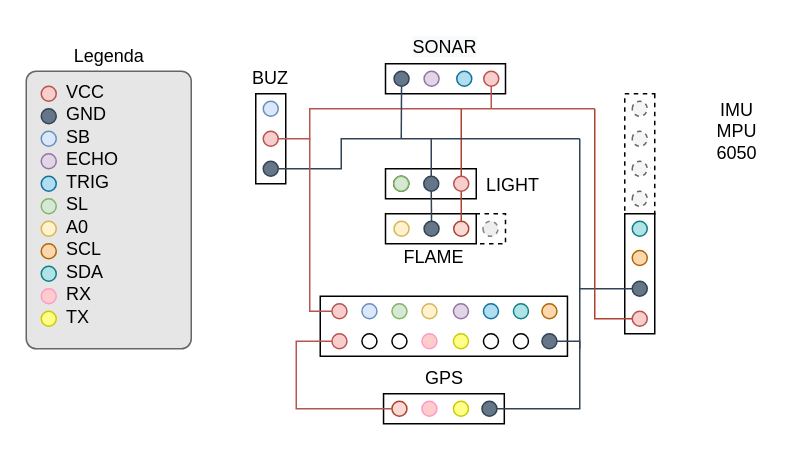
Above: page "Pagina-2" (2 of 2) of documentation/arch.drawio in GGZ8/car_accident_detection (draw.io), before the change. Source tidied: cells renumbered, new cells numbered last; positions are measured from the earlier drawing's top-left corner, leaving out a move shared by most shapes. Both pictures are drawn from the tidied source at 150%, with x=0, y=0 at pixel (26, 26).
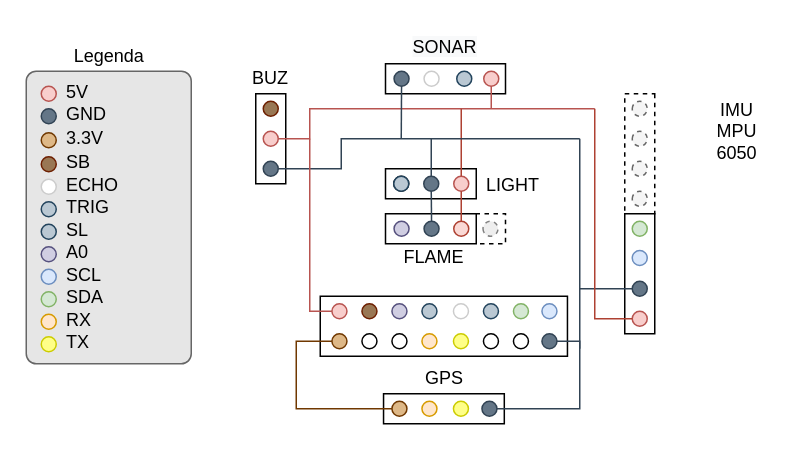
The same diagram, later.

What changed in the source:
```diff
@@
     <mxCell id="3" value="&lt;br&gt;" style="rounded=1;whiteSpace=wrap;html=1;arcSize=6;fillColor=#E6E6E6;strokeColor=#666666;" parent="1" vertex="1">
-      <mxGeometry y="30" width="110" height="185" as="geometry" />
+      <mxGeometry y="30" width="110" height="195" as="geometry" />
     </mxCell>
@@
-    <mxCell id="21" style="ellipse;whiteSpace=wrap;html=1;rounded=1;fillColor=#e1d5e7;strokeColor=#9673a6;" parent="1" vertex="1">
+    <mxCell id="21" style="ellipse;whiteSpace=wrap;html=1;rounded=1;strokeColor=#CCCCCC;" parent="1" vertex="1">
       <mxGeometry x="265.2" y="30" width="10" height="10" as="geometry" />
     </mxCell>
-    <mxCell id="22" style="ellipse;whiteSpace=wrap;html=1;rounded=1;fillColor=#b1ddf0;strokeColor=#10739e;" parent="1" vertex="1">
+    <mxCell id="22" style="ellipse;whiteSpace=wrap;html=1;rounded=1;fillColor=#bac8d3;strokeColor=#23445d;" parent="1" vertex="1">
       <mxGeometry x="287" y="30" width="10" height="10" as="geometry" />
     </mxCell>
@@
-    <mxCell id="25" style="ellipse;whiteSpace=wrap;html=1;rounded=1;direction=west;fillColor=#dae8fc;strokeColor=#6c8ebf;" parent="1" vertex="1">
-      <mxGeometry x="158" y="50" width="10" height="10" as="geometry" />
-    </mxCell>
@@
-    <mxCell id="32" style="ellipse;whiteSpace=wrap;html=1;rounded=1;flipH=1;fillColor=#fff2cc;strokeColor=#d6b656;" parent="1" vertex="1">
+    <mxCell id="32" style="ellipse;whiteSpace=wrap;html=1;rounded=1;flipH=1;fillColor=#d0cee2;strokeColor=#56517e;" parent="1" vertex="1">
       <mxGeometry x="245.2" y="130" width="10" height="10" as="geometry" />
     </mxCell>
@@
-    <mxCell id="39" style="ellipse;whiteSpace=wrap;html=1;rounded=1;flipH=1;fillColor=#fad9d5;strokeColor=#ae4132;" parent="1" vertex="1">
-      <mxGeometry x="243.8" y="250" width="10" height="10" as="geometry" />
-    </mxCell>
@@
-    <mxCell id="45" style="ellipse;whiteSpace=wrap;html=1;rounded=1;flipH=1;fillColor=#d5e8d4;strokeColor=#82b366;" parent="1" vertex="1">
+    <mxCell id="45" style="ellipse;whiteSpace=wrap;html=1;rounded=1;flipH=1;fillColor=#bac8d3;strokeColor=#23445d;" parent="1" vertex="1">
       <mxGeometry x="245" y="100" width="10" height="10" as="geometry" />
     </mxCell>
-    <mxCell id="46" style="ellipse;whiteSpace=wrap;html=1;rounded=1;flipH=1;fillColor=#dae8fc;strokeColor=#6c8ebf;" parent="1" vertex="1">
-      <mxGeometry x="223.8" y="185" width="10" height="10" as="geometry" />
-    </mxCell>
-    <mxCell id="47" style="ellipse;whiteSpace=wrap;html=1;rounded=1;flipH=1;fillColor=#fff2cc;strokeColor=#d6b656;" parent="1" vertex="1">
+    <mxCell id="47" style="ellipse;whiteSpace=wrap;html=1;rounded=1;flipH=1;fillColor=#bac8d3;strokeColor=#23445d;" parent="1" vertex="1">
       <mxGeometry x="263.8" y="185" width="10" height="10" as="geometry" />
     </mxCell>
-    <mxCell id="48" style="ellipse;whiteSpace=wrap;html=1;rounded=1;flipH=1;fillColor=#e1d5e7;strokeColor=#9673a6;" parent="1" vertex="1">
+    <mxCell id="48" style="ellipse;whiteSpace=wrap;html=1;rounded=1;flipH=1;strokeColor=#CCCCCC;" parent="1" vertex="1">
       <mxGeometry x="284.8" y="185" width="10" height="10" as="geometry" />
     </mxCell>
@@
-    <mxCell id="50" style="ellipse;whiteSpace=wrap;html=1;rounded=1;flipH=1;fillColor=#fad7ac;strokeColor=#b46504;" parent="1" vertex="1">
+    <mxCell id="50" style="ellipse;whiteSpace=wrap;html=1;rounded=1;flipH=1;fillColor=#dae8fc;strokeColor=#6c8ebf;" parent="1" vertex="1">
       <mxGeometry x="343.8" y="185" width="10" height="10" as="geometry" />
     </mxCell>
-    <mxCell id="51" style="ellipse;whiteSpace=wrap;html=1;rounded=1;flipH=1;fillColor=#b0e3e6;strokeColor=#0e8088;" parent="1" vertex="1">
+    <mxCell id="51" style="ellipse;whiteSpace=wrap;html=1;rounded=1;flipH=1;fillColor=#d5e8d4;strokeColor=#82b366;" parent="1" vertex="1">
       <mxGeometry x="324.8" y="185" width="10" height="10" as="geometry" />
     </mxCell>
@@
-    <mxCell id="53" style="ellipse;whiteSpace=wrap;html=1;rounded=1;flipH=1;fillColor=#b1ddf0;strokeColor=#10739e;" parent="1" vertex="1">
+    <mxCell id="53" style="ellipse;whiteSpace=wrap;html=1;rounded=1;flipH=1;fillColor=#bac8d3;strokeColor=#23445d;" parent="1" vertex="1">
       <mxGeometry x="304.8" y="185" width="10" height="10" as="geometry" />
     </mxCell>
@@
-    <mxCell id="55" style="ellipse;whiteSpace=wrap;html=1;rounded=1;flipH=1;fillColor=#d5e8d4;strokeColor=#82b366;" parent="1" vertex="1">
+    <mxCell id="55" style="ellipse;whiteSpace=wrap;html=1;rounded=1;flipH=1;fillColor=#d0cee2;strokeColor=#56517e;" parent="1" vertex="1">
       <mxGeometry x="243.8" y="185" width="10" height="10" as="geometry" />
     </mxCell>
-    <mxCell id="56" style="ellipse;whiteSpace=wrap;html=1;rounded=1;flipH=1;fillColor=#ffcccc;strokeColor=#FF99CC;" parent="1" vertex="1">
+    <mxCell id="56" style="ellipse;whiteSpace=wrap;html=1;rounded=1;flipH=1;fillColor=#ffe6cc;strokeColor=#d79b00;" parent="1" vertex="1">
       <mxGeometry x="263.8" y="205" width="10" height="10" as="geometry" />
     </mxCell>
-    <mxCell id="57" style="ellipse;whiteSpace=wrap;html=1;rounded=1;flipH=1;fillColor=#f8cecc;strokeColor=#b85450;" parent="1" vertex="1">
+    <mxCell id="57" style="ellipse;whiteSpace=wrap;html=1;rounded=1;flipH=1;strokeColor=#703800;fillColor=#DEB887;" parent="1" vertex="1">
       <mxGeometry x="203.8" y="205" width="10" height="10" as="geometry" />
     </mxCell>
@@
-    <mxCell id="61" style="endArrow=none;html=1;entryX=0;entryY=0.5;entryDx=0;entryDy=0;exitX=0;exitY=0.5;exitDx=0;exitDy=0;rounded=0;fillColor=#f8cecc;strokeColor=#b85450;" parent="1" edge="1" source="39" target="57">
+    <mxCell id="61" style="endArrow=none;html=1;entryX=0;entryY=0.5;entryDx=0;entryDy=0;exitX=0;exitY=0.5;exitDx=0;exitDy=0;rounded=0;fillColor=#f8cecc;strokeColor=#703800;" parent="1" edge="1" target="57">
       <mxGeometry relative="1" as="geometry">
+        <mxPoint x="243.8" y="255" as="sourcePoint" />
         <Array as="points">
           <mxPoint x="180" y="255" />
           <mxPoint x="180" y="210" />
         </Array>
       </mxGeometry>
     </mxCell>
@@
-    <mxCell id="65" style="ellipse;whiteSpace=wrap;html=1;rounded=1;flipH=1;fillColor=#ffcccc;strokeColor=#FF99CC;" parent="1" vertex="1">
+    <mxCell id="65" style="ellipse;whiteSpace=wrap;html=1;rounded=1;flipH=1;fillColor=#ffe6cc;strokeColor=#d79b00;" parent="1" vertex="1">
       <mxGeometry x="263.8" y="250" width="10" height="10" as="geometry" />
     </mxCell>
@@
-    <mxCell id="67" style="ellipse;whiteSpace=wrap;html=1;rounded=1;direction=west;fillColor=#dae8fc;strokeColor=#6c8ebf;" parent="1" vertex="1">
-      <mxGeometry x="10" y="70" width="10" height="10" as="geometry" />
+    <mxCell id="67" style="ellipse;whiteSpace=wrap;html=1;rounded=1;direction=west;strokeColor=#6D1F00;fontColor=#ffffff;fillColor=#997754;" parent="1" vertex="1">
+      <mxGeometry x="10" y="87" width="10" height="10" as="geometry" />
     </mxCell>
-    <mxCell id="68" style="ellipse;whiteSpace=wrap;html=1;rounded=1;fillColor=#e1d5e7;strokeColor=#9673a6;" parent="1" vertex="1">
-      <mxGeometry x="10" y="85" width="10" height="10" as="geometry" />
+    <mxCell id="68" style="ellipse;whiteSpace=wrap;html=1;rounded=1;strokeColor=#CCCCCC;" parent="1" vertex="1">
+      <mxGeometry x="10" y="102" width="10" height="10" as="geometry" />
     </mxCell>
-    <mxCell id="69" style="ellipse;whiteSpace=wrap;html=1;rounded=1;fillColor=#b1ddf0;strokeColor=#10739e;" parent="1" vertex="1">
-      <mxGeometry x="10" y="100" width="10" height="10" as="geometry" />
+    <mxCell id="69" style="ellipse;whiteSpace=wrap;html=1;rounded=1;fillColor=#bac8d3;strokeColor=#23445d;" parent="1" vertex="1">
+      <mxGeometry x="10" y="117" width="10" height="10" as="geometry" />
     </mxCell>
-    <mxCell id="70" style="ellipse;whiteSpace=wrap;html=1;rounded=1;flipH=1;fillColor=#fff2cc;strokeColor=#d6b656;" parent="1" vertex="1">
-      <mxGeometry x="10" y="130" width="10" height="10" as="geometry" />
+    <mxCell id="70" style="ellipse;whiteSpace=wrap;html=1;rounded=1;flipH=1;fillColor=#d0cee2;strokeColor=#56517e;" parent="1" vertex="1">
+      <mxGeometry x="10" y="147" width="10" height="10" as="geometry" />
     </mxCell>
-    <mxCell id="71" style="ellipse;whiteSpace=wrap;html=1;rounded=1;flipH=1;fillColor=#d5e8d4;strokeColor=#82b366;" parent="1" vertex="1">
-      <mxGeometry x="10" y="115" width="10" height="10" as="geometry" />
+    <mxCell id="71" style="ellipse;whiteSpace=wrap;html=1;rounded=1;flipH=1;fillColor=#bac8d3;strokeColor=#23445d;" parent="1" vertex="1">
+      <mxGeometry x="10" y="132" width="10" height="10" as="geometry" />
     </mxCell>
-    <mxCell id="72" style="ellipse;whiteSpace=wrap;html=1;rounded=1;direction=west;fillColor=#fad7ac;strokeColor=#b46504;" parent="1" vertex="1">
-      <mxGeometry x="10" y="145" width="10" height="10" as="geometry" />
+    <mxCell id="72" style="ellipse;whiteSpace=wrap;html=1;rounded=1;direction=west;fillColor=#dae8fc;strokeColor=#6c8ebf;" parent="1" vertex="1">
+      <mxGeometry x="10" y="162" width="10" height="10" as="geometry" />
     </mxCell>
-    <mxCell id="73" style="ellipse;whiteSpace=wrap;html=1;rounded=1;direction=west;fillColor=#b0e3e6;strokeColor=#0e8088;" parent="1" vertex="1">
-      <mxGeometry x="10" y="160" width="10" height="10" as="geometry" />
+    <mxCell id="73" style="ellipse;whiteSpace=wrap;html=1;rounded=1;direction=west;fillColor=#d5e8d4;strokeColor=#82b366;" parent="1" vertex="1">
+      <mxGeometry x="10" y="177" width="10" height="10" as="geometry" />
     </mxCell>
-    <mxCell id="74" style="ellipse;whiteSpace=wrap;html=1;rounded=1;flipH=1;fillColor=#ffcccc;strokeColor=#FF99CC;" parent="1" vertex="1">
-      <mxGeometry x="10" y="175" width="10" height="10" as="geometry" />
+    <mxCell id="74" style="ellipse;whiteSpace=wrap;html=1;rounded=1;flipH=1;fillColor=#ffe6cc;strokeColor=#d79b00;" parent="1" vertex="1">
+      <mxGeometry x="10" y="192" width="10" height="10" as="geometry" />
     </mxCell>
     <mxCell id="75" style="ellipse;whiteSpace=wrap;html=1;rounded=1;flipH=1;fillColor=#ffff88;strokeColor=#CCCC00;" parent="1" vertex="1">
-      <mxGeometry x="10" y="190" width="10" height="10" as="geometry" />
+      <mxGeometry x="10" y="207" width="10" height="10" as="geometry" />
     </mxCell>
-    <mxCell id="76" value="&lt;span style=&quot;color: rgb(0, 0, 0); font-family: helvetica; font-size: 12px; font-style: normal; font-weight: 400; letter-spacing: normal; text-indent: 0px; text-transform: none; word-spacing: 0px; display: inline; float: none;&quot;&gt;VCC&lt;/span&gt;" style="text;html=1;strokeColor=none;fillColor=none;align=left;verticalAlign=middle;whiteSpace=wrap;rounded=0;labelBackgroundColor=none;" parent="1" vertex="1">
+    <mxCell id="76" value="&lt;span style=&quot;color: rgb(0 , 0 , 0) ; font-family: &amp;#34;helvetica&amp;#34; ; font-size: 12px ; font-style: normal ; font-weight: 400 ; letter-spacing: normal ; text-indent: 0px ; text-transform: none ; word-spacing: 0px ; display: inline ; float: none&quot;&gt;5V&lt;/span&gt;" style="text;html=1;strokeColor=none;fillColor=none;align=left;verticalAlign=middle;whiteSpace=wrap;rounded=0;labelBackgroundColor=none;" parent="1" vertex="1">
       <mxGeometry x="25" y="34" width="40" height="20" as="geometry" />
     </mxCell>
@@
     <mxCell id="78" value="&lt;span style=&quot;color: rgb(0, 0, 0); font-family: helvetica; font-size: 12px; font-style: normal; font-weight: 400; letter-spacing: normal; text-indent: 0px; text-transform: none; word-spacing: 0px; display: inline; float: none;&quot;&gt;SB&lt;/span&gt;" style="text;html=1;strokeColor=none;fillColor=none;align=left;verticalAlign=middle;whiteSpace=wrap;rounded=0;labelBackgroundColor=none;" parent="1" vertex="1">
-      <mxGeometry x="25" y="64" width="40" height="20" as="geometry" />
+      <mxGeometry x="25" y="81" width="40" height="20" as="geometry" />
     </mxCell>
     <mxCell id="79" value="&lt;span style=&quot;color: rgb(0, 0, 0); font-family: helvetica; font-size: 12px; font-style: normal; font-weight: 400; letter-spacing: normal; text-indent: 0px; text-transform: none; word-spacing: 0px; display: inline; float: none;&quot;&gt;ECHO&lt;/span&gt;" style="text;html=1;strokeColor=none;fillColor=none;align=left;verticalAlign=middle;whiteSpace=wrap;rounded=0;labelBackgroundColor=none;" parent="1" vertex="1">
-      <mxGeometry x="25" y="79" width="40" height="20" as="geometry" />
+      <mxGeometry x="25" y="96" width="40" height="20" as="geometry" />
     </mxCell>
     <mxCell id="80" value="&lt;span style=&quot;color: rgb(0, 0, 0); font-family: helvetica; font-size: 12px; font-style: normal; font-weight: 400; letter-spacing: normal; text-indent: 0px; text-transform: none; word-spacing: 0px; display: inline; float: none;&quot;&gt;TRIG&lt;/span&gt;" style="text;html=1;strokeColor=none;fillColor=none;align=left;verticalAlign=middle;whiteSpace=wrap;rounded=0;labelBackgroundColor=none;" parent="1" vertex="1">
-      <mxGeometry x="25" y="94" width="40" height="20" as="geometry" />
+      <mxGeometry x="25" y="111" width="40" height="20" as="geometry" />
     </mxCell>
     <mxCell id="81" value="&lt;span style=&quot;color: rgb(0, 0, 0); font-family: helvetica; font-size: 12px; font-style: normal; font-weight: 400; letter-spacing: normal; text-indent: 0px; text-transform: none; word-spacing: 0px; display: inline; float: none;&quot;&gt;SL&lt;/span&gt;" style="text;html=1;strokeColor=none;fillColor=none;align=left;verticalAlign=middle;whiteSpace=wrap;rounded=0;labelBackgroundColor=none;" parent="1" vertex="1">
-      <mxGeometry x="25" y="109" width="40" height="20" as="geometry" />
+      <mxGeometry x="25" y="126" width="40" height="20" as="geometry" />
     </mxCell>
     <mxCell id="82" value="&lt;span style=&quot;color: rgb(0, 0, 0); font-family: helvetica; font-size: 12px; font-style: normal; font-weight: 400; letter-spacing: normal; text-indent: 0px; text-transform: none; word-spacing: 0px; display: inline; float: none;&quot;&gt;A0&lt;/span&gt;" style="text;html=1;strokeColor=none;fillColor=none;align=left;verticalAlign=middle;whiteSpace=wrap;rounded=0;labelBackgroundColor=none;" parent="1" vertex="1">
-      <mxGeometry x="25" y="124" width="40" height="20" as="geometry" />
+      <mxGeometry x="25" y="141" width="40" height="20" as="geometry" />
     </mxCell>
     <mxCell id="83" value="&lt;span style=&quot;color: rgb(0, 0, 0); font-family: helvetica; font-size: 12px; font-style: normal; font-weight: 400; letter-spacing: normal; text-indent: 0px; text-transform: none; word-spacing: 0px; display: inline; float: none;&quot;&gt;SCL&lt;/span&gt;" style="text;html=1;strokeColor=none;fillColor=none;align=left;verticalAlign=middle;whiteSpace=wrap;rounded=0;labelBackgroundColor=none;" parent="1" vertex="1">
-      <mxGeometry x="25" y="139" width="40" height="20" as="geometry" />
+      <mxGeometry x="25" y="156" width="40" height="20" as="geometry" />
     </mxCell>
     <mxCell id="84" value="&lt;span style=&quot;color: rgb(0, 0, 0); font-family: helvetica; font-size: 12px; font-style: normal; font-weight: 400; letter-spacing: normal; text-indent: 0px; text-transform: none; word-spacing: 0px; display: inline; float: none;&quot;&gt;SDA&lt;/span&gt;" style="text;html=1;strokeColor=none;fillColor=none;align=left;verticalAlign=middle;whiteSpace=wrap;rounded=0;labelBackgroundColor=none;" parent="1" vertex="1">
-      <mxGeometry x="25" y="154" width="40" height="20" as="geometry" />
+      <mxGeometry x="25" y="171" width="40" height="20" as="geometry" />
     </mxCell>
     <mxCell id="85" value="&lt;span style=&quot;color: rgb(0, 0, 0); font-family: helvetica; font-size: 12px; font-style: normal; font-weight: 400; letter-spacing: normal; text-indent: 0px; text-transform: none; word-spacing: 0px; display: inline; float: none;&quot;&gt;RX&lt;/span&gt;" style="text;html=1;strokeColor=none;fillColor=none;align=left;verticalAlign=middle;whiteSpace=wrap;rounded=0;labelBackgroundColor=none;" parent="1" vertex="1">
-      <mxGeometry x="25" y="169" width="40" height="20" as="geometry" />
+      <mxGeometry x="25" y="186" width="40" height="20" as="geometry" />
     </mxCell>
     <mxCell id="86" value="&lt;span style=&quot;color: rgb(0, 0, 0); font-family: helvetica; font-size: 12px; font-style: normal; font-weight: 400; letter-spacing: normal; text-indent: 0px; text-transform: none; word-spacing: 0px; display: inline; float: none;&quot;&gt;TX&lt;/span&gt;" style="text;html=1;strokeColor=none;fillColor=none;align=left;verticalAlign=middle;whiteSpace=wrap;rounded=0;labelBackgroundColor=none;" parent="1" vertex="1">
-      <mxGeometry x="25" y="184" width="40" height="20" as="geometry" />
+      <mxGeometry x="25" y="201" width="40" height="20" as="geometry" />
     </mxCell>
@@
-    <mxCell id="90" style="ellipse;whiteSpace=wrap;html=1;rounded=1;direction=west;fillColor=#fad7ac;strokeColor=#b46504;" parent="1" vertex="1">
+    <mxCell id="90" style="ellipse;whiteSpace=wrap;html=1;rounded=1;direction=west;fillColor=#dae8fc;strokeColor=#6c8ebf;" parent="1" vertex="1">
       <mxGeometry x="404" y="149.5" width="10" height="10" as="geometry" />
     </mxCell>
-    <mxCell id="91" style="ellipse;whiteSpace=wrap;html=1;rounded=1;direction=west;fillColor=#b0e3e6;strokeColor=#0e8088;" parent="1" vertex="1">
+    <mxCell id="91" style="ellipse;whiteSpace=wrap;html=1;rounded=1;direction=west;fillColor=#d5e8d4;strokeColor=#82b366;" parent="1" vertex="1">
       <mxGeometry x="404" y="130" width="10" height="10" as="geometry" />
     </mxCell>
@@
+    <mxCell id="98" style="ellipse;whiteSpace=wrap;html=1;rounded=1;flipH=1;strokeColor=#703800;fillColor=#DEB887;" parent="1" vertex="1">
+      <mxGeometry x="243.8" y="250" width="10" height="10" as="geometry" />
+    </mxCell>
+    <mxCell id="99" style="ellipse;whiteSpace=wrap;html=1;rounded=1;flipH=1;strokeColor=#6D1F00;fontColor=#ffffff;fillColor=#997754;" parent="1" vertex="1">
+      <mxGeometry x="223.8" y="185" width="10" height="10" as="geometry" />
+    </mxCell>
+    <mxCell id="100" style="ellipse;whiteSpace=wrap;html=1;rounded=1;flipH=1;strokeColor=#6D1F00;fontColor=#ffffff;fillColor=#997754;" parent="1" vertex="1">
+      <mxGeometry x="158" y="50" width="10" height="10" as="geometry" />
+    </mxCell>
+    <mxCell id="101" value="&lt;span style=&quot;color: rgb(0 , 0 , 0) ; font-family: &amp;#34;helvetica&amp;#34; ; font-size: 12px ; font-style: normal ; font-weight: 400 ; letter-spacing: normal ; text-indent: 0px ; text-transform: none ; word-spacing: 0px ; display: inline ; float: none&quot;&gt;3.3V&lt;/span&gt;" style="text;html=1;strokeColor=none;fillColor=none;align=left;verticalAlign=middle;whiteSpace=wrap;rounded=0;labelBackgroundColor=none;" parent="1" vertex="1">
+      <mxGeometry x="25" y="65" width="40" height="20" as="geometry" />
+    </mxCell>
+    <mxCell id="102" style="ellipse;whiteSpace=wrap;html=1;rounded=1;flipH=1;strokeColor=#703800;fillColor=#DEB887;" parent="1" vertex="1">
+      <mxGeometry x="10" y="71" width="10" height="10" as="geometry" />
+    </mxCell>
```
